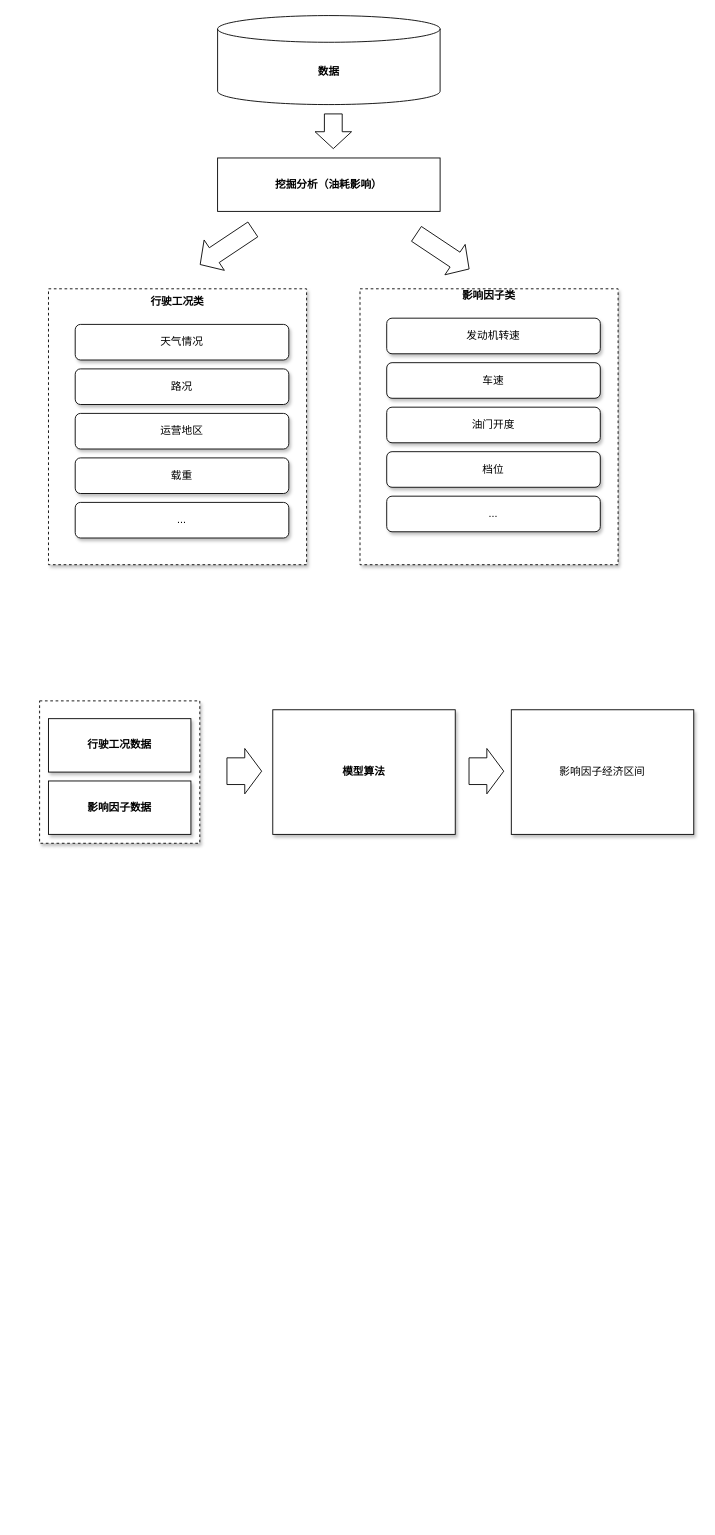
This is fuel-consumption-analysis.drawio from Max-yuki/share, a draw.io file, before an edit. Source tidied: cells renumbered, new cells numbered last; positions are measured from the earlier drawing's top-left corner, leaving out a move shared by most shapes. Both pictures are drawn from the tidied source at 89%, with x=0, y=0 at pixel (39, 15). Pictures stored in the file or linked from it are replaced by grey dashed boxes.
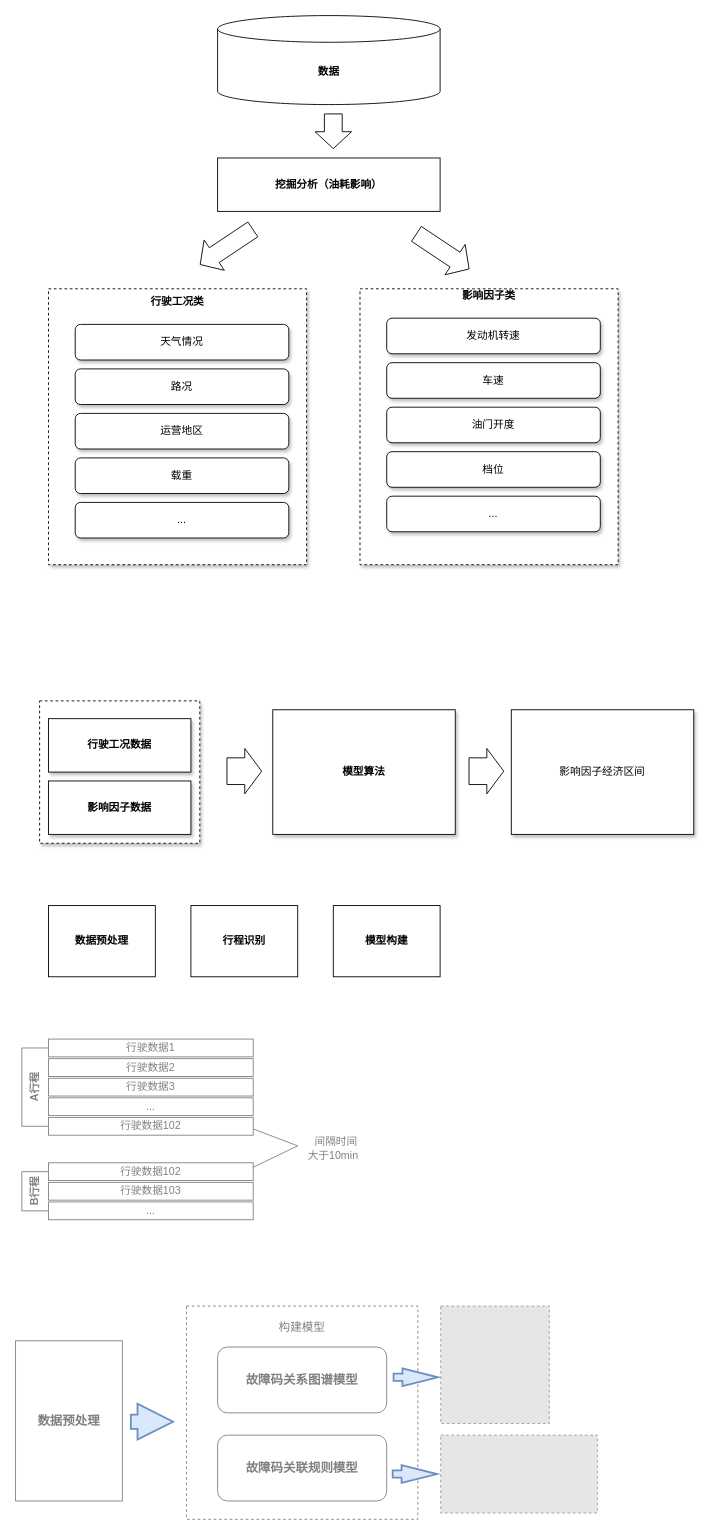
After the change.

Diff of the diagram source:
```diff
@@
+    <mxCell id="28" value="数据预处理" style="rounded=0;whiteSpace=wrap;html=1;fontSize=12;fontStyle=1;" parent="1" vertex="1">
+      <mxGeometry x="10" y="1000" width="120" height="80" as="geometry" />
+    </mxCell>
+    <mxCell id="29" value="行程识别" style="rounded=0;whiteSpace=wrap;html=1;fontSize=12;fontStyle=1;" parent="1" vertex="1">
+      <mxGeometry x="170" y="1000" width="120" height="80" as="geometry" />
+    </mxCell>
+    <mxCell id="30" value="模型构建" style="rounded=0;whiteSpace=wrap;html=1;fontSize=12;fontStyle=1;" parent="1" vertex="1">
+      <mxGeometry x="330" y="1000" width="120" height="80" as="geometry" />
+    </mxCell>
+    <mxCell id="31" value="行驶数据1" style="rounded=0;whiteSpace=wrap;html=1;fontSize=12;fontColor=#808080;strokeColor=#808080;" parent="1" vertex="1">
+      <mxGeometry x="10" y="1150" width="230" height="20" as="geometry" />
+    </mxCell>
+    <mxCell id="32" value="&lt;span&gt;行驶数据2&lt;/span&gt;" style="rounded=0;whiteSpace=wrap;html=1;fontSize=12;strokeColor=#808080;fontColor=#808080;" parent="1" vertex="1">
+      <mxGeometry x="10" y="1172" width="230" height="20" as="geometry" />
+    </mxCell>
+    <mxCell id="33" value="&lt;span&gt;行驶数据3&lt;/span&gt;" style="rounded=0;whiteSpace=wrap;html=1;fontSize=12;strokeColor=#808080;fontColor=#808080;" parent="1" vertex="1">
+      <mxGeometry x="10" y="1194" width="230" height="20" as="geometry" />
+    </mxCell>
+    <mxCell id="34" value="&lt;span&gt;行驶数据102&lt;/span&gt;" style="rounded=0;whiteSpace=wrap;html=1;fontSize=12;strokeColor=#808080;fontColor=#808080;" parent="1" vertex="1">
+      <mxGeometry x="10" y="1238" width="230" height="20" as="geometry" />
+    </mxCell>
+    <mxCell id="35" value="..." style="rounded=0;whiteSpace=wrap;html=1;fontSize=12;strokeColor=#808080;fontColor=#808080;" parent="1" vertex="1">
+      <mxGeometry x="10" y="1216" width="230" height="20" as="geometry" />
+    </mxCell>
+    <mxCell id="36" value="..." style="rounded=0;whiteSpace=wrap;html=1;fontSize=12;strokeColor=#808080;fontColor=#808080;" parent="1" vertex="1">
+      <mxGeometry x="10" y="1333" width="230" height="20" as="geometry" />
+    </mxCell>
+    <mxCell id="37" value="&lt;span&gt;行驶数据102&lt;/span&gt;" style="rounded=0;whiteSpace=wrap;html=1;fontSize=12;strokeColor=#808080;fontColor=#808080;" parent="1" vertex="1">
+      <mxGeometry x="10" y="1289" width="230" height="20" as="geometry" />
+    </mxCell>
+    <mxCell id="38" value="&lt;span&gt;行驶数据103&lt;/span&gt;" style="rounded=0;whiteSpace=wrap;html=1;fontSize=12;strokeColor=#808080;fontColor=#808080;" parent="1" vertex="1">
+      <mxGeometry x="10" y="1311" width="230" height="20" as="geometry" />
+    </mxCell>
+    <mxCell id="39" style="endArrow=none;html=1;rounded=0;fontSize=12;fontColor=#808080;entryX=1;entryY=0.25;entryDx=0;entryDy=0;strokeColor=#808080;" parent="1" edge="1" target="37">
+      <mxGeometry relative="1" as="geometry">
+        <mxPoint x="240" y="1251" as="sourcePoint" />
+        <Array as="points">
+          <mxPoint x="290" y="1270" />
+        </Array>
+      </mxGeometry>
+    </mxCell>
+    <mxCell id="40" value="&amp;nbsp; 间隔时间大于10min" style="text;html=1;strokeColor=none;fillColor=none;align=center;verticalAlign=middle;whiteSpace=wrap;rounded=0;fontSize=12;fontColor=#808080;" parent="1" vertex="1">
+      <mxGeometry x="300" y="1258" width="60" height="30" as="geometry" />
+    </mxCell>
+    <mxCell id="41" style="endArrow=none;html=1;rounded=0;fontSize=12;fontColor=#808080;strokeColor=#808080;entryX=0;entryY=0.5;entryDx=0;entryDy=0;exitX=0;exitY=0.5;exitDx=0;exitDy=0;" parent="1" edge="1" source="34" target="31">
+      <mxGeometry relative="1" as="geometry">
+        <Array as="points">
+          <mxPoint x="-20" y="1248" />
+          <mxPoint x="-20" y="1160" />
+        </Array>
+      </mxGeometry>
+    </mxCell>
+    <mxCell id="42" style="endArrow=none;html=1;rounded=0;fontSize=12;fontColor=#808080;strokeColor=#808080;entryX=0;entryY=0.5;entryDx=0;entryDy=0;exitX=0;exitY=0.5;exitDx=0;exitDy=0;" parent="1" edge="1" source="36" target="37">
+      <mxGeometry relative="1" as="geometry">
+        <Array as="points">
+          <mxPoint x="-20" y="1343" />
+          <mxPoint x="-20" y="1299" />
+        </Array>
+      </mxGeometry>
+    </mxCell>
+    <mxCell id="43" value="A行程" style="text;html=1;strokeColor=none;fillColor=none;align=center;verticalAlign=middle;whiteSpace=wrap;rounded=0;fontSize=12;fontColor=#808080;horizontal=0;fontStyle=1;" parent="1" vertex="1">
+      <mxGeometry x="-20" y="1179" width="30" height="50" as="geometry" />
+    </mxCell>
+    <mxCell id="44" value="B行程" style="text;html=1;strokeColor=none;fillColor=none;align=center;verticalAlign=middle;whiteSpace=wrap;rounded=0;fontSize=12;fontColor=#808080;horizontal=0;fontStyle=1;" parent="1" vertex="1">
+      <mxGeometry x="-20" y="1296" width="30" height="50" as="geometry" />
+    </mxCell>
+    <mxCell id="45" value="数据预处理" style="rounded=0;whiteSpace=wrap;html=1;fontSize=14;fontColor=#808080;strokeColor=#808080;fontStyle=1;" parent="1" vertex="1">
+      <mxGeometry x="-27" y="1489" width="120" height="180" as="geometry" />
+    </mxCell>
+    <mxCell id="46" style="rounded=0;whiteSpace=wrap;html=1;fontSize=12;fontColor=#808080;strokeColor=#808080;dashed=1;" parent="1" vertex="1">
+      <mxGeometry x="165" y="1450" width="260" height="239.6" as="geometry" />
+    </mxCell>
+    <mxCell id="47" value="故障码关系图谱模型" style="rounded=1;whiteSpace=wrap;html=1;fontSize=14;fontColor=#808080;strokeColor=#808080;fontStyle=1;" parent="1" vertex="1">
+      <mxGeometry x="200" y="1496" width="190" height="74" as="geometry" />
+    </mxCell>
+    <mxCell id="48" value="故障码关联规则模型" style="rounded=1;whiteSpace=wrap;html=1;fontSize=14;fontColor=#808080;strokeColor=#808080;fontStyle=1;" parent="1" vertex="1">
+      <mxGeometry x="200" y="1595" width="190" height="74" as="geometry" />
+    </mxCell>
+    <mxCell id="49" value="构建模型" style="text;html=1;strokeColor=none;fillColor=none;align=center;verticalAlign=middle;whiteSpace=wrap;rounded=0;dashed=1;fontSize=13;fontColor=#808080;" parent="1" vertex="1">
+      <mxGeometry x="265" y="1457.6" width="60" height="30" as="geometry" />
+    </mxCell>
+    <mxCell id="50" style="fillColor=#E6E6E6;strokeColor=#999999;dashed=1;verticalLabelPosition=bottom;labelBackgroundColor=#ffffff;verticalAlign=top;" parent="1" vertex="1">
+      <mxGeometry x="450.7" y="1450" width="122" height="131.9" as="geometry" />
+    </mxCell>
+    <mxCell id="51" style="fillColor=#E6E6E6;strokeColor=#999999;dashed=1;verticalLabelPosition=bottom;labelBackgroundColor=#ffffff;verticalAlign=top;" parent="1" vertex="1">
+      <mxGeometry x="450.7" y="1595" width="176" height="87.5" as="geometry" />
+    </mxCell>
+    <mxCell id="52" style="verticalLabelPosition=bottom;verticalAlign=top;html=1;strokeWidth=2;shape=mxgraph.arrows2.arrow;dy=0.6;dx=40;notch=0;fontSize=14;fillColor=#dae8fc;strokeColor=#6c8ebf;" parent="1" vertex="1">
+      <mxGeometry x="102.5" y="1559.8" width="47.5" height="40.2" as="geometry" />
+    </mxCell>
+    <mxCell id="53" style="verticalLabelPosition=bottom;verticalAlign=top;html=1;strokeWidth=2;shape=mxgraph.arrows2.arrow;dy=0.6;dx=40;notch=0;fontSize=14;fillColor=#dae8fc;strokeColor=#6c8ebf;" parent="1" vertex="1">
+      <mxGeometry x="397.7" y="1520" width="50" height="20" as="geometry" />
+    </mxCell>
+    <mxCell id="54" style="verticalLabelPosition=bottom;verticalAlign=top;html=1;strokeWidth=2;shape=mxgraph.arrows2.arrow;dy=0.6;dx=40;notch=0;fontSize=14;fillColor=#dae8fc;strokeColor=#6c8ebf;" parent="1" vertex="1">
+      <mxGeometry x="396.7" y="1628.7" width="50" height="20" as="geometry" />
+    </mxCell>
```
